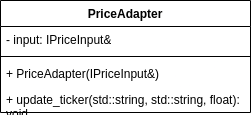
Before: docs/PriceAdapter.png, a diagram exported from draw.io (mwhicks-dev/automatic-octo-spoon). Source tidied: cells renumbered, new cells last; positions are measured from the earlier drawing's top-left corner, leaving out a move shared by most shapes.
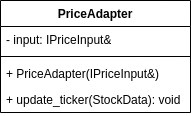
Above is the later version.

Commit message:
Added and integrated StockData DTO

What changed in the source:
```diff
@@ -3,19 +3,19 @@
     <mxCell id="0" />
     <mxCell id="1" parent="0" />
     <mxCell id="2" value="PriceAdapter" style="swimlane;fontStyle=1;align=center;verticalAlign=top;horizontal=1;startSize=26;whiteSpace=wrap;html=1;" parent="1" vertex="1">
-      <mxGeometry width="250" height="112" as="geometry" />
+      <mxGeometry width="190" height="112" as="geometry" />
     </mxCell>
     <mxCell id="3" value="- input: IPriceInput&amp;amp;" style="text;strokeColor=none;fillColor=none;align=left;verticalAlign=top;spacingLeft=4;spacingRight=4;overflow=hidden;whiteSpace=wrap;html=1;" parent="2" vertex="1">
-      <mxGeometry y="26" width="250" height="26" as="geometry" />
+      <mxGeometry y="26" width="190" height="26" as="geometry" />
     </mxCell>
     <mxCell id="4" style="line;strokeWidth=1;fillColor=none;align=left;verticalAlign=middle;spacingTop=-1;spacingLeft=3;spacingRight=3;labelPosition=right;strokeColor=inherit;" parent="2" vertex="1">
-      <mxGeometry y="52" width="250" height="8" as="geometry" />
+      <mxGeometry y="52" width="190" height="8" as="geometry" />
     </mxCell>
     <mxCell id="5" value="+ PriceAdapter(IPriceInput&amp;amp;)" style="text;strokeColor=none;fillColor=none;align=left;verticalAlign=top;spacingLeft=4;spacingRight=4;overflow=hidden;whiteSpace=wrap;html=1;" parent="2" vertex="1">
-      <mxGeometry y="60" width="250" height="26" as="geometry" />
+      <mxGeometry y="60" width="190" height="26" as="geometry" />
     </mxCell>
-    <mxCell id="6" value="+ update_ticker(std::string, std::string, float): void" style="text;strokeColor=none;fillColor=none;align=left;verticalAlign=top;spacingLeft=4;spacingRight=4;overflow=hidden;whiteSpace=wrap;html=1;" parent="2" vertex="1">
-      <mxGeometry y="86" width="250" height="26" as="geometry" />
+    <mxCell id="6" value="+ update_ticker(StockData): void" style="text;strokeColor=none;fillColor=none;align=left;verticalAlign=top;spacingLeft=4;spacingRight=4;overflow=hidden;whiteSpace=wrap;html=1;" parent="2" vertex="1">
+      <mxGeometry y="86" width="190" height="26" as="geometry" />
     </mxCell>
   </root>
 </mxGraphModel>
```
